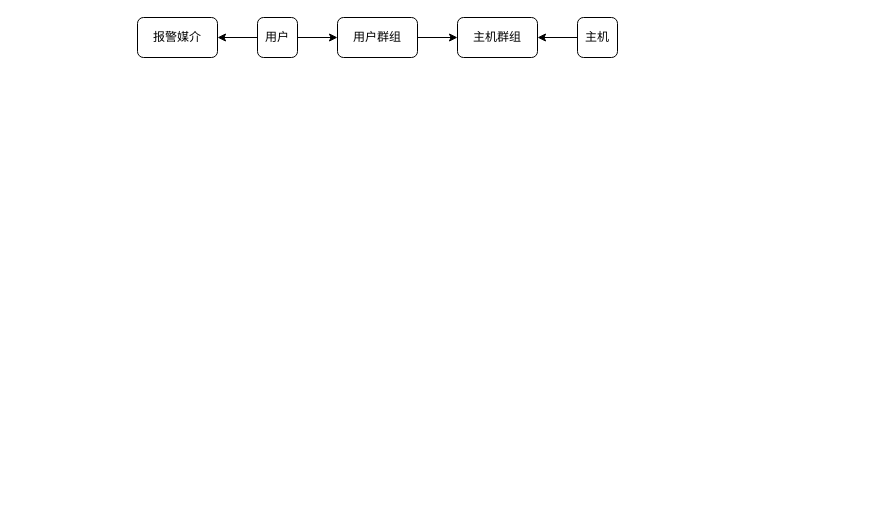
Before: zabbixclass.drawio in zhangjiongcn/drawio, a draw.io diagram. Source tidied: cells renumbered, new cells numbered last; positions are measured from the earlier drawing's top-left corner, leaving out a move shared by most shapes. Both pictures are drawn from the tidied source at 100%, with x=0, y=0 at pixel (137, 17).
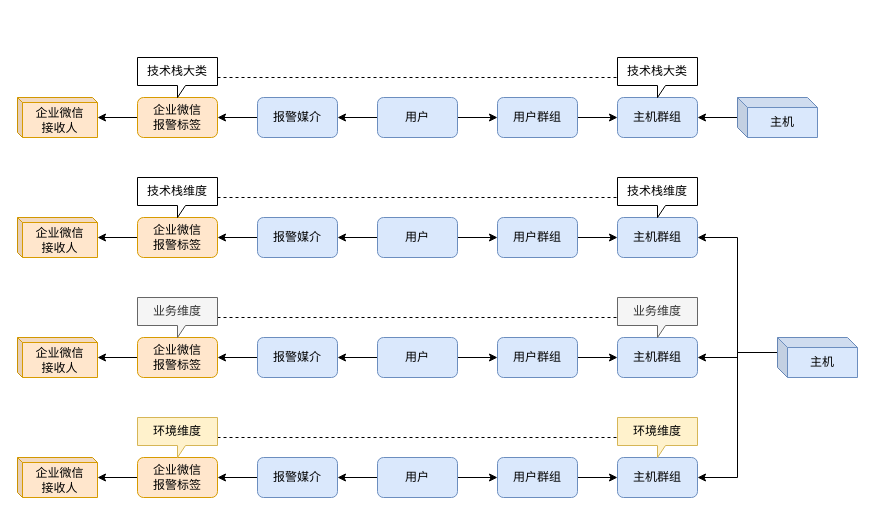
The same page after the edit.

Change to the diagram source:
```diff
@@
-    <mxCell id="2" value="主机群组" style="rounded=1;whiteSpace=wrap;html=1;" parent="1" vertex="1">
-      <mxGeometry x="320" width="80" height="40" as="geometry" />
+    <mxCell id="2" value="主机群组" style="rounded=1;whiteSpace=wrap;html=1;fillColor=#dae8fc;strokeColor=#6c8ebf;" parent="1" vertex="1">
+      <mxGeometry x="480" y="80" width="80" height="40" as="geometry" />
     </mxCell>
-    <mxCell id="3" style="edgeStyle=orthogonalEdgeStyle;rounded=0;jettySize=auto;html=1;entryX=1;entryY=0.5;entryDx=0;entryDy=0;" parent="1" edge="1" source="4" target="2">
+    <mxCell id="3" style="edgeStyle=orthogonalEdgeStyle;rounded=0;jettySize=auto;html=1;entryX=1;entryY=0.5;entryDx=0;entryDy=0;" parent="1" edge="1" source="12" target="2">
       <mxGeometry relative="1" as="geometry" />
     </mxCell>
-    <mxCell id="4" value="主机" style="rounded=1;whiteSpace=wrap;html=1;" parent="1" vertex="1">
-      <mxGeometry x="440" width="40" height="40" as="geometry" />
-    </mxCell>
@@
-    <mxCell id="6" value="用户群组" style="rounded=1;whiteSpace=wrap;html=1;" parent="1" vertex="1">
-      <mxGeometry x="200" width="80" height="40" as="geometry" />
+    <mxCell id="6" value="用户群组" style="rounded=1;whiteSpace=wrap;html=1;fillColor=#dae8fc;strokeColor=#6c8ebf;" parent="1" vertex="1">
+      <mxGeometry x="360" y="80" width="80" height="40" as="geometry" />
     </mxCell>
@@
-    <mxCell id="9" value="用户" style="rounded=1;whiteSpace=wrap;html=1;" parent="1" vertex="1">
-      <mxGeometry x="120" width="40" height="40" as="geometry" />
+    <mxCell id="9" value="用户" style="rounded=1;whiteSpace=wrap;html=1;fillColor=#dae8fc;strokeColor=#6c8ebf;" parent="1" vertex="1">
+      <mxGeometry x="240" y="80" width="80" height="40" as="geometry" />
     </mxCell>
+    <mxCell id="11" style="edgeStyle=orthogonalEdgeStyle;rounded=0;jettySize=auto;html=1;entryX=1;entryY=0.5;entryDx=0;entryDy=0;" parent="1" edge="1" source="10" target="15">
+      <mxGeometry relative="1" as="geometry" />
+    </mxCell>
-    <mxCell id="10" value="报警媒介" style="rounded=1;whiteSpace=wrap;html=1;" parent="1" vertex="1">
-      <mxGeometry width="80" height="40" as="geometry" />
+    <mxCell id="10" value="报警媒介" style="rounded=1;whiteSpace=wrap;html=1;fillColor=#dae8fc;strokeColor=#6c8ebf;" parent="1" vertex="1">
+      <mxGeometry x="120" y="80" width="80" height="40" as="geometry" />
     </mxCell>
+    <mxCell id="12" value="&lt;span style=&quot;white-space: normal&quot;&gt;主机&lt;/span&gt;" style="shape=cube;whiteSpace=wrap;html=1;boundedLbl=1;backgroundOutline=1;darkOpacity=0.05;darkOpacity2=0.1;size=10;fillColor=#dae8fc;strokeColor=#6c8ebf;" parent="1" vertex="1">
+      <mxGeometry x="600" y="80" width="80" height="40" as="geometry" />
+    </mxCell>
+    <mxCell id="13" value="技术栈大类" style="shape=callout;whiteSpace=wrap;html=1;perimeter=calloutPerimeter;position2=0.5;size=12;position=0.5;base=8;" parent="1" vertex="1">
+      <mxGeometry x="480" y="40" width="80" height="40" as="geometry" />
+    </mxCell>
+    <mxCell id="14" style="edgeStyle=orthogonalEdgeStyle;rounded=0;jettySize=auto;html=1;" parent="1" edge="1" source="15" target="16">
+      <mxGeometry relative="1" as="geometry" />
+    </mxCell>
+    <mxCell id="15" value="企业微信&lt;br&gt;报警标签" style="rounded=1;whiteSpace=wrap;html=1;fillColor=#ffe6cc;strokeColor=#d79b00;" parent="1" vertex="1">
+      <mxGeometry y="80" width="80" height="40" as="geometry" />
+    </mxCell>
+    <mxCell id="16" value="企业微信&lt;br&gt;接收人" style="shape=cube;whiteSpace=wrap;html=1;boundedLbl=1;backgroundOutline=1;darkOpacity=0.05;darkOpacity2=0.1;size=5;fillColor=#ffe6cc;strokeColor=#d79b00;" parent="1" vertex="1">
+      <mxGeometry x="-120" y="80" width="80" height="40" as="geometry" />
+    </mxCell>
+    <mxCell id="17" style="edgeStyle=orthogonalEdgeStyle;rounded=0;jettySize=auto;html=1;endArrow=none;endFill=0;dashed=1;" parent="1" edge="1" source="18" target="13">
+      <mxGeometry relative="1" as="geometry" />
+    </mxCell>
+    <mxCell id="18" value="技术栈大类" style="shape=callout;whiteSpace=wrap;html=1;perimeter=calloutPerimeter;position2=0.5;size=12;position=0.5;base=8;" parent="1" vertex="1">
+      <mxGeometry y="40" width="80" height="40" as="geometry" />
+    </mxCell>
+    <mxCell id="19" value="主机群组" style="rounded=1;whiteSpace=wrap;html=1;fillColor=#dae8fc;strokeColor=#6c8ebf;" parent="1" vertex="1">
+      <mxGeometry x="480" y="200" width="80" height="40" as="geometry" />
+    </mxCell>
+    <mxCell id="20" style="edgeStyle=orthogonalEdgeStyle;rounded=0;jettySize=auto;html=1;entryX=1;entryY=0.5;entryDx=0;entryDy=0;exitX=0;exitY=0;exitDx=0;exitDy=15;exitPerimeter=0;" parent="1" edge="1" source="30" target="19">
+      <mxGeometry relative="1" as="geometry" />
+    </mxCell>
+    <mxCell id="21" style="edgeStyle=orthogonalEdgeStyle;rounded=0;jettySize=auto;html=1;entryX=0;entryY=0.5;entryDx=0;entryDy=0;" parent="1" edge="1" source="22" target="19">
+      <mxGeometry relative="1" as="geometry" />
+    </mxCell>
+    <mxCell id="22" value="用户群组" style="rounded=1;whiteSpace=wrap;html=1;fillColor=#dae8fc;strokeColor=#6c8ebf;" parent="1" vertex="1">
+      <mxGeometry x="360" y="200" width="80" height="40" as="geometry" />
+    </mxCell>
+    <mxCell id="23" style="edgeStyle=orthogonalEdgeStyle;rounded=0;jettySize=auto;html=1;" parent="1" edge="1" source="25" target="22">
+      <mxGeometry relative="1" as="geometry" />
+    </mxCell>
+    <mxCell id="24" style="edgeStyle=orthogonalEdgeStyle;rounded=0;jettySize=auto;html=1;" parent="1" edge="1" source="25" target="27">
+      <mxGeometry relative="1" as="geometry" />
+    </mxCell>
+    <mxCell id="25" value="用户" style="rounded=1;whiteSpace=wrap;html=1;fillColor=#dae8fc;strokeColor=#6c8ebf;" parent="1" vertex="1">
+      <mxGeometry x="240" y="200" width="80" height="40" as="geometry" />
+    </mxCell>
+    <mxCell id="26" style="edgeStyle=orthogonalEdgeStyle;rounded=0;jettySize=auto;html=1;entryX=1;entryY=0.5;entryDx=0;entryDy=0;" parent="1" edge="1" source="27" target="33">
+      <mxGeometry relative="1" as="geometry" />
+    </mxCell>
+    <mxCell id="27" value="报警媒介" style="rounded=1;whiteSpace=wrap;html=1;fillColor=#dae8fc;strokeColor=#6c8ebf;" parent="1" vertex="1">
+      <mxGeometry x="120" y="200" width="80" height="40" as="geometry" />
+    </mxCell>
+    <mxCell id="28" style="edgeStyle=orthogonalEdgeStyle;rounded=0;jettySize=auto;html=1;exitX=0;exitY=0;exitDx=0;exitDy=15;exitPerimeter=0;endArrow=classic;endFill=1;" parent="1" edge="1" source="30" target="37">
+      <mxGeometry relative="1" as="geometry" />
+    </mxCell>
+    <mxCell id="29" style="edgeStyle=orthogonalEdgeStyle;rounded=0;jettySize=auto;html=1;exitX=0;exitY=0;exitDx=0;exitDy=15;exitPerimeter=0;entryX=1;entryY=0.5;entryDx=0;entryDy=0;endArrow=classic;endFill=1;" parent="1" edge="1" source="30" target="51">
+      <mxGeometry relative="1" as="geometry" />
+    </mxCell>
+    <mxCell id="30" value="&lt;span style=&quot;white-space: normal&quot;&gt;主机&lt;/span&gt;" style="shape=cube;whiteSpace=wrap;html=1;boundedLbl=1;backgroundOutline=1;darkOpacity=0.05;darkOpacity2=0.1;size=10;fillColor=#dae8fc;strokeColor=#6c8ebf;" parent="1" vertex="1">
+      <mxGeometry x="640" y="320" width="80" height="40" as="geometry" />
+    </mxCell>
+    <mxCell id="31" value="技术栈维度" style="shape=callout;whiteSpace=wrap;html=1;perimeter=calloutPerimeter;position2=0.5;size=12;position=0.5;base=8;" parent="1" vertex="1">
+      <mxGeometry x="480" y="160" width="80" height="40" as="geometry" />
+    </mxCell>
+    <mxCell id="32" style="edgeStyle=orthogonalEdgeStyle;rounded=0;jettySize=auto;html=1;" parent="1" edge="1" source="33" target="34">
+      <mxGeometry relative="1" as="geometry" />
+    </mxCell>
+    <mxCell id="33" value="企业微信&lt;br&gt;报警标签" style="rounded=1;whiteSpace=wrap;html=1;fillColor=#ffe6cc;strokeColor=#d79b00;" parent="1" vertex="1">
+      <mxGeometry y="200" width="80" height="40" as="geometry" />
+    </mxCell>
+    <mxCell id="34" value="企业微信&lt;br&gt;接收人" style="shape=cube;whiteSpace=wrap;html=1;boundedLbl=1;backgroundOutline=1;darkOpacity=0.05;darkOpacity2=0.1;size=5;fillColor=#ffe6cc;strokeColor=#d79b00;" parent="1" vertex="1">
+      <mxGeometry x="-120" y="200" width="80" height="40" as="geometry" />
+    </mxCell>
+    <mxCell id="35" style="edgeStyle=orthogonalEdgeStyle;rounded=0;jettySize=auto;html=1;endArrow=none;endFill=0;dashed=1;" parent="1" edge="1" source="36" target="31">
+      <mxGeometry relative="1" as="geometry" />
+    </mxCell>
+    <mxCell id="36" value="技术栈维度" style="shape=callout;whiteSpace=wrap;html=1;perimeter=calloutPerimeter;position2=0.5;size=12;position=0.5;base=8;" parent="1" vertex="1">
+      <mxGeometry y="160" width="80" height="40" as="geometry" />
+    </mxCell>
+    <mxCell id="37" value="主机群组" style="rounded=1;whiteSpace=wrap;html=1;fillColor=#dae8fc;strokeColor=#6c8ebf;" parent="1" vertex="1">
+      <mxGeometry x="480" y="320" width="80" height="40" as="geometry" />
+    </mxCell>
+    <mxCell id="38" style="edgeStyle=orthogonalEdgeStyle;rounded=0;jettySize=auto;html=1;entryX=0;entryY=0.5;entryDx=0;entryDy=0;" parent="1" edge="1" source="39" target="37">
+      <mxGeometry relative="1" as="geometry" />
+    </mxCell>
+    <mxCell id="39" value="用户群组" style="rounded=1;whiteSpace=wrap;html=1;fillColor=#dae8fc;strokeColor=#6c8ebf;" parent="1" vertex="1">
+      <mxGeometry x="360" y="320" width="80" height="40" as="geometry" />
+    </mxCell>
+    <mxCell id="40" style="edgeStyle=orthogonalEdgeStyle;rounded=0;jettySize=auto;html=1;" parent="1" edge="1" source="42" target="39">
+      <mxGeometry relative="1" as="geometry" />
+    </mxCell>
+    <mxCell id="41" style="edgeStyle=orthogonalEdgeStyle;rounded=0;jettySize=auto;html=1;" parent="1" edge="1" source="42" target="44">
+      <mxGeometry relative="1" as="geometry" />
+    </mxCell>
+    <mxCell id="42" value="用户" style="rounded=1;whiteSpace=wrap;html=1;fillColor=#dae8fc;strokeColor=#6c8ebf;" parent="1" vertex="1">
+      <mxGeometry x="240" y="320" width="80" height="40" as="geometry" />
+    </mxCell>
+    <mxCell id="43" style="edgeStyle=orthogonalEdgeStyle;rounded=0;jettySize=auto;html=1;entryX=1;entryY=0.5;entryDx=0;entryDy=0;" parent="1" edge="1" source="44" target="47">
+      <mxGeometry relative="1" as="geometry" />
+    </mxCell>
+    <mxCell id="44" value="报警媒介" style="rounded=1;whiteSpace=wrap;html=1;fillColor=#dae8fc;strokeColor=#6c8ebf;" parent="1" vertex="1">
+      <mxGeometry x="120" y="320" width="80" height="40" as="geometry" />
+    </mxCell>
+    <mxCell id="45" value="业务维度" style="shape=callout;whiteSpace=wrap;html=1;perimeter=calloutPerimeter;position2=0.5;size=12;position=0.5;base=8;fillColor=#f5f5f5;strokeColor=#666666;fontColor=#333333;" parent="1" vertex="1">
+      <mxGeometry x="480" y="280" width="80" height="40" as="geometry" />
+    </mxCell>
+    <mxCell id="46" style="edgeStyle=orthogonalEdgeStyle;rounded=0;jettySize=auto;html=1;" parent="1" edge="1" source="47" target="48">
+      <mxGeometry relative="1" as="geometry" />
+    </mxCell>
+    <mxCell id="47" value="企业微信&lt;br&gt;报警标签" style="rounded=1;whiteSpace=wrap;html=1;fillColor=#ffe6cc;strokeColor=#d79b00;" parent="1" vertex="1">
+      <mxGeometry y="320" width="80" height="40" as="geometry" />
+    </mxCell>
+    <mxCell id="48" value="企业微信&lt;br&gt;接收人" style="shape=cube;whiteSpace=wrap;html=1;boundedLbl=1;backgroundOutline=1;darkOpacity=0.05;darkOpacity2=0.1;size=5;fillColor=#ffe6cc;strokeColor=#d79b00;" parent="1" vertex="1">
+      <mxGeometry x="-120" y="320" width="80" height="40" as="geometry" />
+    </mxCell>
+    <mxCell id="49" style="edgeStyle=orthogonalEdgeStyle;rounded=0;jettySize=auto;html=1;endArrow=none;endFill=0;dashed=1;" parent="1" edge="1" source="50" target="45">
+      <mxGeometry relative="1" as="geometry" />
+    </mxCell>
+    <mxCell id="50" value="业务维度" style="shape=callout;whiteSpace=wrap;html=1;perimeter=calloutPerimeter;position2=0.5;size=12;position=0.5;base=8;fillColor=#f5f5f5;strokeColor=#666666;fontColor=#333333;" parent="1" vertex="1">
+      <mxGeometry y="280" width="80" height="40" as="geometry" />
+    </mxCell>
+    <mxCell id="51" value="主机群组" style="rounded=1;whiteSpace=wrap;html=1;fillColor=#dae8fc;strokeColor=#6c8ebf;" parent="1" vertex="1">
+      <mxGeometry x="480" y="440" width="80" height="40" as="geometry" />
+    </mxCell>
+    <mxCell id="52" style="edgeStyle=orthogonalEdgeStyle;rounded=0;jettySize=auto;html=1;entryX=0;entryY=0.5;entryDx=0;entryDy=0;" parent="1" edge="1" source="53" target="51">
+      <mxGeometry relative="1" as="geometry" />
+    </mxCell>
+    <mxCell id="53" value="用户群组" style="rounded=1;whiteSpace=wrap;html=1;fillColor=#dae8fc;strokeColor=#6c8ebf;" parent="1" vertex="1">
+      <mxGeometry x="360" y="440" width="80" height="40" as="geometry" />
+    </mxCell>
+    <mxCell id="54" style="edgeStyle=orthogonalEdgeStyle;rounded=0;jettySize=auto;html=1;" parent="1" edge="1" source="56" target="53">
+      <mxGeometry relative="1" as="geometry" />
+    </mxCell>
+    <mxCell id="55" style="edgeStyle=orthogonalEdgeStyle;rounded=0;jettySize=auto;html=1;" parent="1" edge="1" source="56" target="58">
+      <mxGeometry relative="1" as="geometry" />
+    </mxCell>
+    <mxCell id="56" value="用户" style="rounded=1;whiteSpace=wrap;html=1;fillColor=#dae8fc;strokeColor=#6c8ebf;" parent="1" vertex="1">
+      <mxGeometry x="240" y="440" width="80" height="40" as="geometry" />
+    </mxCell>
+    <mxCell id="57" style="edgeStyle=orthogonalEdgeStyle;rounded=0;jettySize=auto;html=1;entryX=1;entryY=0.5;entryDx=0;entryDy=0;" parent="1" edge="1" source="58" target="61">
+      <mxGeometry relative="1" as="geometry" />
+    </mxCell>
+    <mxCell id="58" value="报警媒介" style="rounded=1;whiteSpace=wrap;html=1;fillColor=#dae8fc;strokeColor=#6c8ebf;" parent="1" vertex="1">
+      <mxGeometry x="120" y="440" width="80" height="40" as="geometry" />
+    </mxCell>
+    <mxCell id="59" value="环境维度" style="shape=callout;whiteSpace=wrap;html=1;perimeter=calloutPerimeter;position2=0.5;size=12;position=0.5;base=8;fillColor=#fff2cc;strokeColor=#d6b656;" parent="1" vertex="1">
+      <mxGeometry x="480" y="400" width="80" height="40" as="geometry" />
+    </mxCell>
+    <mxCell id="60" style="edgeStyle=orthogonalEdgeStyle;rounded=0;jettySize=auto;html=1;" parent="1" edge="1" source="61" target="62">
+      <mxGeometry relative="1" as="geometry" />
+    </mxCell>
+    <mxCell id="61" value="企业微信&lt;br&gt;报警标签" style="rounded=1;whiteSpace=wrap;html=1;fillColor=#ffe6cc;strokeColor=#d79b00;" parent="1" vertex="1">
+      <mxGeometry y="440" width="80" height="40" as="geometry" />
+    </mxCell>
+    <mxCell id="62" value="企业微信&lt;br&gt;接收人" style="shape=cube;whiteSpace=wrap;html=1;boundedLbl=1;backgroundOutline=1;darkOpacity=0.05;darkOpacity2=0.1;size=5;fillColor=#ffe6cc;strokeColor=#d79b00;" parent="1" vertex="1">
+      <mxGeometry x="-120" y="440" width="80" height="40" as="geometry" />
+    </mxCell>
+    <mxCell id="63" style="edgeStyle=orthogonalEdgeStyle;rounded=0;jettySize=auto;html=1;endArrow=none;endFill=0;dashed=1;" parent="1" edge="1" source="64" target="59">
+      <mxGeometry relative="1" as="geometry" />
+    </mxCell>
+    <mxCell id="64" value="环境维度" style="shape=callout;whiteSpace=wrap;html=1;perimeter=calloutPerimeter;position2=0.5;size=12;position=0.5;base=8;fillColor=#fff2cc;strokeColor=#d6b656;" parent="1" vertex="1">
+      <mxGeometry y="400" width="80" height="40" as="geometry" />
+    </mxCell>
```
